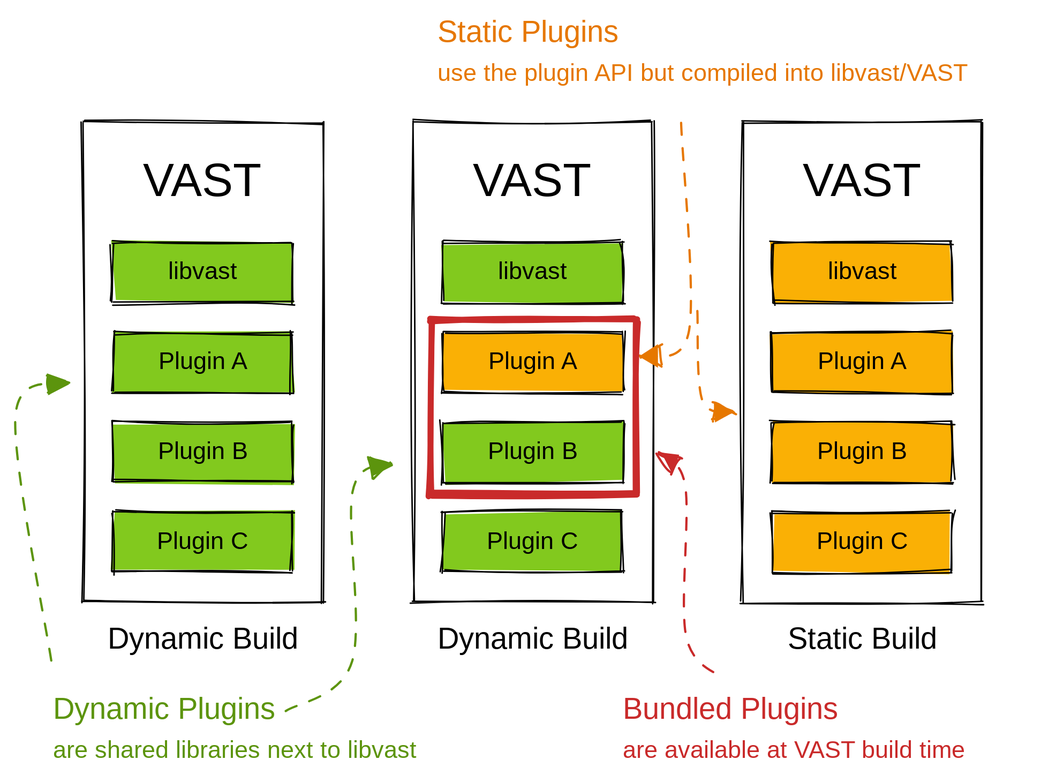
tenzir/tenzir keeps this Excalidraw diagram as web/docs/develop/architecture/plugins.excalidraw.svg. Above is the earlier version. Source tidied: one line per element, renumbered; positions are measured from the earlier drawing's top-left corner, leaving out a move shared by most shapes.
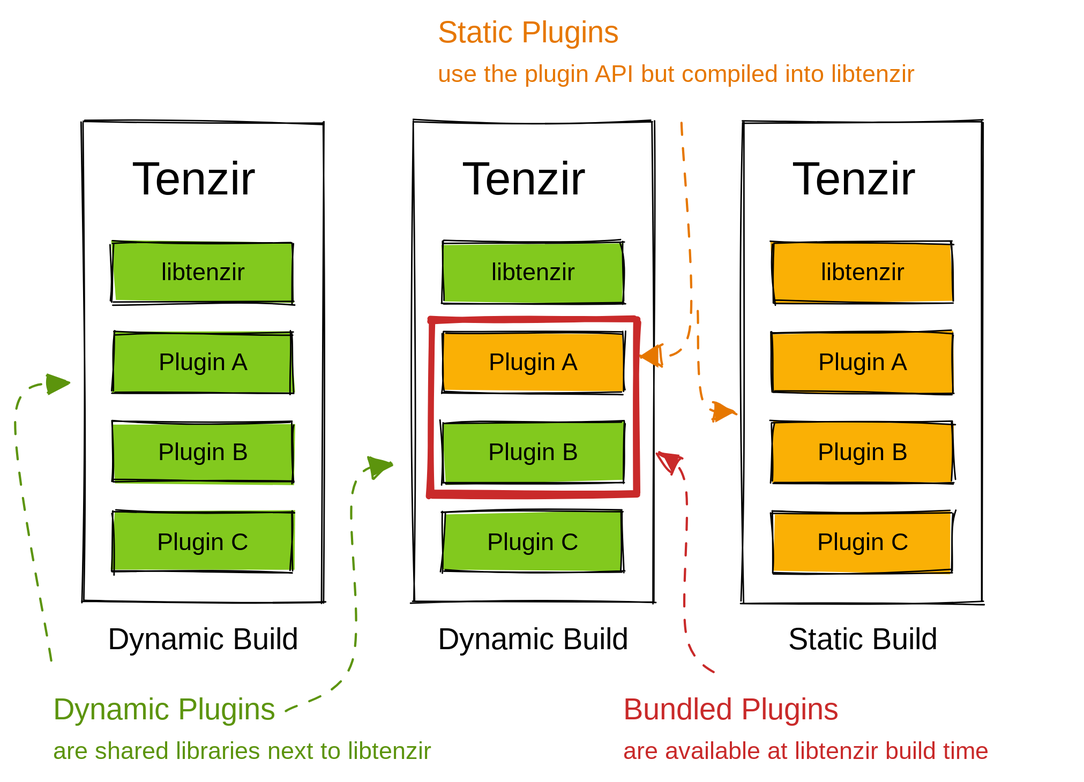
After the commit.

Diff of the diagram source:
```diff
@@ -1,9 +1,9 @@
 {"id": 0, "type": "rectangle", "strokeColor": "#000000", "strokeWidth": 1, "roughness": 1, "x": 46, "y": 72, "width": 160, "height": 320}
 {"id": 1, "type": "rectangle", "strokeColor": "#000000", "strokeWidth": 1, "roughness": 1, "x": 266, "y": 72, "width": 160, "height": 320}
-{"id": 2, "type": "text", "text": "VAST", "strokeColor": "#000000", "strokeWidth": 1, "roughness": 2, "fontSize": 31.11, "fontFamily": 1, "x": 86, "y": 92, "width": 81, "height": 40}
+{"id": 2, "type": "text", "text": "Tenzir", "strokeColor": "#000000", "strokeWidth": 1, "roughness": 2, "fontSize": 31.11, "fontFamily": 1, "x": 78, "y": 92, "width": 95, "height": 40}
-{"id": 3, "type": "text", "text": "VAST", "strokeColor": "#000000", "backgroundColor": "#f1f2f2", "fillStyle": "solid", "strokeWidth": 1, "roughness": 2, "fontSize": 31.11, "fontFamily": 1, "x": 306, "y": 92, "width": 81, "height": 40}
+{"id": 3, "type": "text", "text": "Tenzir", "strokeColor": "#000000", "backgroundColor": "#f1f2f2", "fillStyle": "solid", "strokeWidth": 1, "roughness": 2, "fontSize": 31.11, "fontFamily": 1, "x": 298, "y": 92, "width": 95, "height": 40}
 {"id": 4, "type": "rectangle", "strokeColor": "#000000", "backgroundColor": "#82c91e", "fillStyle": "solid", "strokeWidth": 1, "roughness": 1, "x": 66, "y": 152, "width": 120, "height": 40}
-{"id": 5, "type": "text", "text": "libvast", "strokeColor": "#000000", "strokeWidth": 1, "roughness": 2, "fontSize": 16, "fontFamily": 1, "textAlign": "center", "verticalAlign": "middle", "inside": 4, "x": 71, "y": 162, "width": 110, "height": 19}
+{"id": 5, "type": "text", "text": "libtenzir", "strokeColor": "#000000", "strokeWidth": 1, "roughness": 2, "fontSize": 16, "fontFamily": 1, "textAlign": "center", "verticalAlign": "middle", "inside": 4, "x": 95, "y": 162, "width": 61, "height": 19}
 {"id": 6, "type": "rectangle", "strokeColor": "#000000", "backgroundColor": "#82c91e", "fillStyle": "solid", "strokeWidth": 1, "roughness": 1, "x": 66, "y": 212, "width": 120, "height": 40}
 {"id": 7, "type": "text", "text": "Plugin A", "strokeColor": "#000000", "strokeWidth": 1, "roughness": 2, "fontSize": 16, "fontFamily": 1, "textAlign": "center", "verticalAlign": "middle", "inside": 6, "x": 71, "y": 222, "width": 110, "height": 19}
 {"id": 8, "type": "rectangle", "strokeColor": "#000000", "backgroundColor": "#82c91e", "fillStyle": "solid", "strokeWidth": 1, "roughness": 1, "x": 66, "y": 272, "width": 120, "height": 40}
@@ -14,19 +14,19 @@
 {"id": 13, "type": "text", "text": "Plugin C", "strokeColor": "#000000", "strokeWidth": 1, "roughness": 2, "fontSize": 16, "fontFamily": 1, "textAlign": "center", "verticalAlign": "middle", "inside": 12, "x": 291, "y": 342, "width": 110, "height": 19}
 {"id": 14, "type": "arrow", "strokeColor": "#5c940d", "backgroundColor": "#f1f2f2", "fillStyle": "solid", "strokeWidth": 1, "strokeStyle": "dashed", "roughness": 1, "endArrowhead": "triangle", "round": true, "to": 0, "x": 26, "y": 432, "width": 36, "height": 185, "points": [[0, 0], [-26, -163], [10, -185]]}
 {"id": 15, "type": "rectangle", "strokeColor": "#000000", "strokeWidth": 1, "roughness": 1, "x": 486, "y": 72, "width": 160, "height": 320}
-{"id": 16, "type": "text", "text": "VAST", "strokeColor": "#000000", "backgroundColor": "#f1f2f2", "fillStyle": "solid", "strokeWidth": 1, "roughness": 2, "fontSize": 31.11, "fontFamily": 1, "x": 526, "y": 92, "width": 81, "height": 40}
+{"id": 16, "type": "text", "text": "Tenzir", "strokeColor": "#000000", "backgroundColor": "#f1f2f2", "fillStyle": "solid", "strokeWidth": 1, "roughness": 2, "fontSize": 31.11, "fontFamily": 1, "x": 518, "y": 92, "width": 95, "height": 40}
-{"id": 17, "type": "text", "text": "use the plugin API but compiled into libvast/VAST", "strokeColor": "#e67700", "backgroundColor": "#f1f2f2", "fillStyle": "solid", "strokeWidth": 1, "strokeStyle": "dashed", "roughness": 1, "fontSize": 16, "fontFamily": 1, "x": 282, "y": 30, "width": 397, "height": 20}
+{"id": 17, "type": "text", "text": "use the plugin API but compiled into libtenzir", "strokeColor": "#e67700", "backgroundColor": "#f1f2f2", "fillStyle": "solid", "strokeWidth": 1, "strokeStyle": "dashed", "roughness": 1, "fontSize": 16, "fontFamily": 1, "x": 282, "y": 30, "width": 354, "height": 20}
-{"id": 18, "type": "text", "text": "Dynamic Build", "strokeColor": "#000000", "backgroundColor": "#f1f2f2", "fillStyle": "solid", "strokeWidth": 1, "strokeStyle": "dashed", "roughness": 1, "fontSize": 20, "fontFamily": 1, "textAlign": "center", "x": 59, "y": 405, "width": 133, "height": 25}
+{"id": 18, "type": "text", "text": "Dynamic Build", "strokeColor": "#000000", "backgroundColor": "#f1f2f2", "fillStyle": "solid", "strokeWidth": 1, "strokeStyle": "dashed", "roughness": 1, "fontSize": 20, "fontFamily": 1, "textAlign": "center", "x": 60, "y": 405, "width": 132, "height": 25}
-{"id": 19, "type": "text", "text": "Dynamic Build", "strokeColor": "#000000", "backgroundColor": "#f1f2f2", "fillStyle": "solid", "strokeWidth": 1, "strokeStyle": "dashed", "roughness": 1, "fontSize": 20, "fontFamily": 1, "textAlign": "center", "x": 279, "y": 405, "width": 133, "height": 25}
+{"id": 19, "type": "text", "text": "Dynamic Build", "strokeColor": "#000000", "backgroundColor": "#f1f2f2", "fillStyle": "solid", "strokeWidth": 1, "strokeStyle": "dashed", "roughness": 1, "fontSize": 20, "fontFamily": 1, "textAlign": "center", "x": 280, "y": 405, "width": 132, "height": 25}
-{"id": 20, "type": "text", "text": "Static Build", "strokeColor": "#000000", "backgroundColor": "#f1f2f2", "fillStyle": "solid", "strokeWidth": 1, "strokeStyle": "dashed", "roughness": 1, "fontSize": 20, "fontFamily": 1, "textAlign": "center", "x": 506, "y": 405, "width": 120, "height": 25}
+{"id": 20, "type": "text", "text": "Static Build", "strokeColor": "#000000", "backgroundColor": "#f1f2f2", "fillStyle": "solid", "strokeWidth": 1, "strokeStyle": "dashed", "roughness": 1, "fontSize": 20, "fontFamily": 1, "textAlign": "center", "x": 506, "y": 405, "width": 119, "height": 25}
 {"id": 21, "type": "arrow", "strokeColor": "#e67700", "backgroundColor": "#f1f2f2", "fillStyle": "solid", "strokeWidth": 1, "strokeStyle": "dashed", "roughness": 1, "endArrowhead": "triangle", "round": true, "from": 1, "to": 41, "x": 446, "y": 72, "width": 32, "height": 156, "points": [[0, 0], [4, 138], [-28, 156]]}
 {"id": 22, "type": "arrow", "strokeColor": "#e67700", "backgroundColor": "#f1f2f2", "fillStyle": "solid", "strokeWidth": 1, "strokeStyle": "dashed", "roughness": 1, "endArrowhead": "triangle", "round": true, "from": 15, "to": 37, "x": 456, "y": 198, "width": 25, "height": 67, "points": [[0, 0], [3, 58], [25, 67]]}
-{"id": 23, "type": "text", "text": "Static Plugins", "strokeColor": "#e67700", "backgroundColor": "#f1f2f2", "fillStyle": "solid", "strokeWidth": 1, "strokeStyle": "dashed", "roughness": 1, "fontSize": 20, "fontFamily": 1, "x": 282, "y": 0, "width": 138, "height": 25}
+{"id": 23, "type": "text", "text": "Static Plugins", "strokeColor": "#e67700", "backgroundColor": "#f1f2f2", "fillStyle": "solid", "strokeWidth": 1, "strokeStyle": "dashed", "roughness": 1, "fontSize": 20, "fontFamily": 1, "x": 282, "y": 0, "width": 137, "height": 25}
-{"id": 24, "type": "text", "text": "are shared libraries next to libvast", "strokeColor": "#5c940d", "backgroundColor": "#f1f2f2", "fillStyle": "solid", "strokeWidth": 1, "strokeStyle": "dashed", "roughness": 1, "fontSize": 16, "fontFamily": 1, "x": 26, "y": 482, "width": 285, "height": 20}
+{"id": 24, "type": "text", "text": "are shared libraries next to libtenzir", "strokeColor": "#5c940d", "backgroundColor": "#f1f2f2", "fillStyle": "solid", "strokeWidth": 1, "strokeStyle": "dashed", "roughness": 1, "fontSize": 16, "fontFamily": 1, "x": 26, "y": 482, "width": 292, "height": 20}
-{"id": 25, "type": "text", "text": "Dynamic Plugins", "strokeColor": "#5c940d", "backgroundColor": "#f1f2f2", "fillStyle": "solid", "strokeWidth": 1, "strokeStyle": "dashed", "roughness": 1, "fontSize": 20, "fontFamily": 1, "x": 26, "y": 452, "width": 150, "height": 25}
+{"id": 25, "type": "text", "text": "Dynamic Plugins", "strokeColor": "#5c940d", "backgroundColor": "#f1f2f2", "fillStyle": "solid", "strokeWidth": 1, "strokeStyle": "dashed", "roughness": 1, "fontSize": 20, "fontFamily": 1, "x": 26, "y": 452, "width": 149, "height": 25}
 {"id": 26, "type": "arrow", "strokeColor": "#5c940d", "backgroundColor": "#f1f2f2", "fillStyle": "solid", "strokeWidth": 1, "strokeStyle": "dashed", "roughness": 1, "endArrowhead": "triangle", "round": true, "from": 25, "to": 41, "x": 180, "y": 464, "width": 71, "height": 166, "points": [[0, 0], [45, -33], [45, -147], [71, -166]]}
 {"id": 27, "type": "rectangle", "strokeColor": "#000000", "backgroundColor": "#82c91e", "fillStyle": "solid", "strokeWidth": 1, "roughness": 1, "x": 286, "y": 152, "width": 120, "height": 40}
-{"id": 28, "type": "text", "text": "libvast", "strokeColor": "#000000", "strokeWidth": 1, "roughness": 2, "fontSize": 16, "fontFamily": 1, "textAlign": "center", "verticalAlign": "middle", "inside": 27, "x": 291, "y": 162, "width": 110, "height": 19}
+{"id": 28, "type": "text", "text": "libtenzir", "strokeColor": "#000000", "strokeWidth": 1, "roughness": 2, "fontSize": 16, "fontFamily": 1, "textAlign": "center", "verticalAlign": "middle", "inside": 27, "x": 315, "y": 162, "width": 61, "height": 19}
 {"id": 29, "type": "rectangle", "strokeColor": "#000000", "backgroundColor": "#fab005", "fillStyle": "solid", "strokeWidth": 1, "roughness": 1, "x": 286, "y": 212, "width": 120, "height": 40}
 {"id": 30, "type": "text", "text": "Plugin A", "strokeColor": "#000000", "strokeWidth": 1, "roughness": 2, "fontSize": 16, "fontFamily": 1, "textAlign": "center", "verticalAlign": "middle", "inside": 29, "x": 291, "y": 222, "width": 110, "height": 19}
 {"id": 31, "type": "rectangle", "strokeColor": "#000000", "backgroundColor": "#82c91e", "fillStyle": "solid", "strokeWidth": 1, "roughness": 1, "x": 286, "y": 272, "width": 120, "height": 40}
@@ -34,12 +34,12 @@
 {"id": 33, "type": "rectangle", "strokeColor": "#000000", "backgroundColor": "#fab005", "fillStyle": "solid", "strokeWidth": 1, "roughness": 1, "x": 506, "y": 332, "width": 120, "height": 40}
 {"id": 34, "type": "text", "text": "Plugin C", "strokeColor": "#000000", "strokeWidth": 1, "roughness": 2, "fontSize": 16, "fontFamily": 1, "textAlign": "center", "verticalAlign": "middle", "inside": 33, "x": 511, "y": 342, "width": 110, "height": 19}
 {"id": 35, "type": "rectangle", "strokeColor": "#000000", "backgroundColor": "#fab005", "fillStyle": "solid", "strokeWidth": 1, "roughness": 1, "x": 506, "y": 152, "width": 120, "height": 40}
-{"id": 36, "type": "text", "text": "libvast", "strokeColor": "#000000", "strokeWidth": 1, "roughness": 2, "fontSize": 16, "fontFamily": 1, "textAlign": "center", "verticalAlign": "middle", "inside": 35, "x": 511, "y": 162, "width": 110, "height": 19}
+{"id": 36, "type": "text", "text": "libtenzir", "strokeColor": "#000000", "strokeWidth": 1, "roughness": 2, "fontSize": 16, "fontFamily": 1, "textAlign": "center", "verticalAlign": "middle", "inside": 35, "x": 535, "y": 162, "width": 61, "height": 19}
 {"id": 37, "type": "rectangle", "strokeColor": "#000000", "backgroundColor": "#fab005", "fillStyle": "solid", "strokeWidth": 1, "roughness": 1, "x": 506, "y": 212, "width": 120, "height": 40}
 {"id": 38, "type": "text", "text": "Plugin A", "strokeColor": "#000000", "strokeWidth": 1, "roughness": 2, "fontSize": 16, "fontFamily": 1, "textAlign": "center", "verticalAlign": "middle", "inside": 37, "x": 511, "y": 222, "width": 110, "height": 19}
 {"id": 39, "type": "rectangle", "strokeColor": "#000000", "backgroundColor": "#fab005", "fillStyle": "solid", "strokeWidth": 1, "roughness": 1, "x": 506, "y": 272, "width": 120, "height": 40}
 {"id": 40, "type": "text", "text": "Plugin B", "strokeColor": "#000000", "strokeWidth": 1, "roughness": 2, "fontSize": 16, "fontFamily": 1, "textAlign": "center", "verticalAlign": "middle", "inside": 39, "x": 511, "y": 282, "width": 110, "height": 19}
 {"id": 41, "type": "rectangle", "strokeColor": "#c92a2a", "strokeWidth": 4, "roughness": 1, "x": 278, "y": 204, "width": 137, "height": 116}
 {"id": 42, "type": "arrow", "strokeColor": "#c92a2a", "backgroundColor": "#f1f2f2", "fillStyle": "solid", "strokeWidth": 1, "strokeStyle": "dashed", "roughness": 1, "startArrowhead": "triangle", "round": true, "from": 41, "to": 44, "x": 429, "y": 292, "width": 43, "height": 149, "points": [[0, 0], [19, 23], [18, 120], [43, 149]]}
-{"id": 43, "type": "text", "text": "are available at VAST build time  ", "strokeColor": "#c92a2a", "backgroundColor": "#f1f2f2", "fillStyle": "solid", "strokeWidth": 1, "strokeStyle": "dashed", "roughness": 1, "fontSize": 16, "fontFamily": 1, "x": 406, "y": 482, "width": 279, "height": 20}
+{"id": 43, "type": "text", "text": "are available at libtenzir build time  ", "strokeColor": "#c92a2a", "backgroundColor": "#f1f2f2", "fillStyle": "solid", "strokeWidth": 1, "strokeStyle": "dashed", "roughness": 1, "fontSize": 16, "fontFamily": 1, "x": 406, "y": 482, "width": 297, "height": 20}
-{"id": 44, "type": "text", "text": "Bundled Plugins", "strokeColor": "#c92a2a", "backgroundColor": "#f1f2f2", "fillStyle": "solid", "strokeWidth": 1, "strokeStyle": "dashed", "roughness": 1, "fontSize": 20, "fontFamily": 1, "x": 406, "y": 452, "width": 150, "height": 25}
+{"id": 44, "type": "text", "text": "Bundled Plugins", "strokeColor": "#c92a2a", "backgroundColor": "#f1f2f2", "fillStyle": "solid", "strokeWidth": 1, "strokeStyle": "dashed", "roughness": 1, "fontSize": 20, "fontFamily": 1, "x": 406, "y": 452, "width": 149, "height": 25}
```
